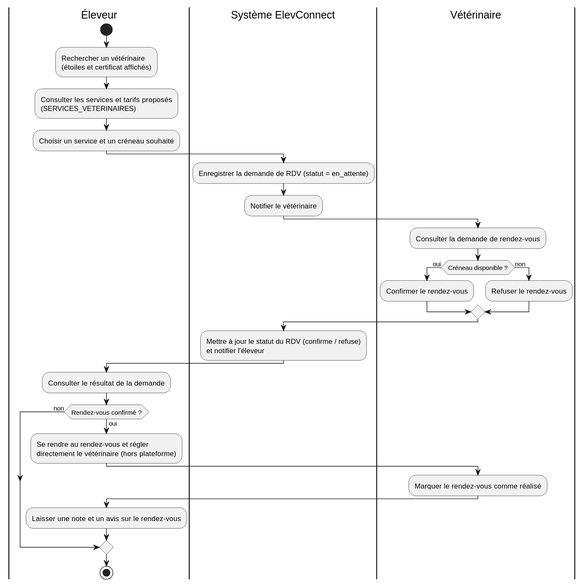
The PlantUML diagram docs/diagrammes.puml/output/act_prendre_rdv.svg in agoglodan-antoine/agoglodan-et-lassissou, before a commit.
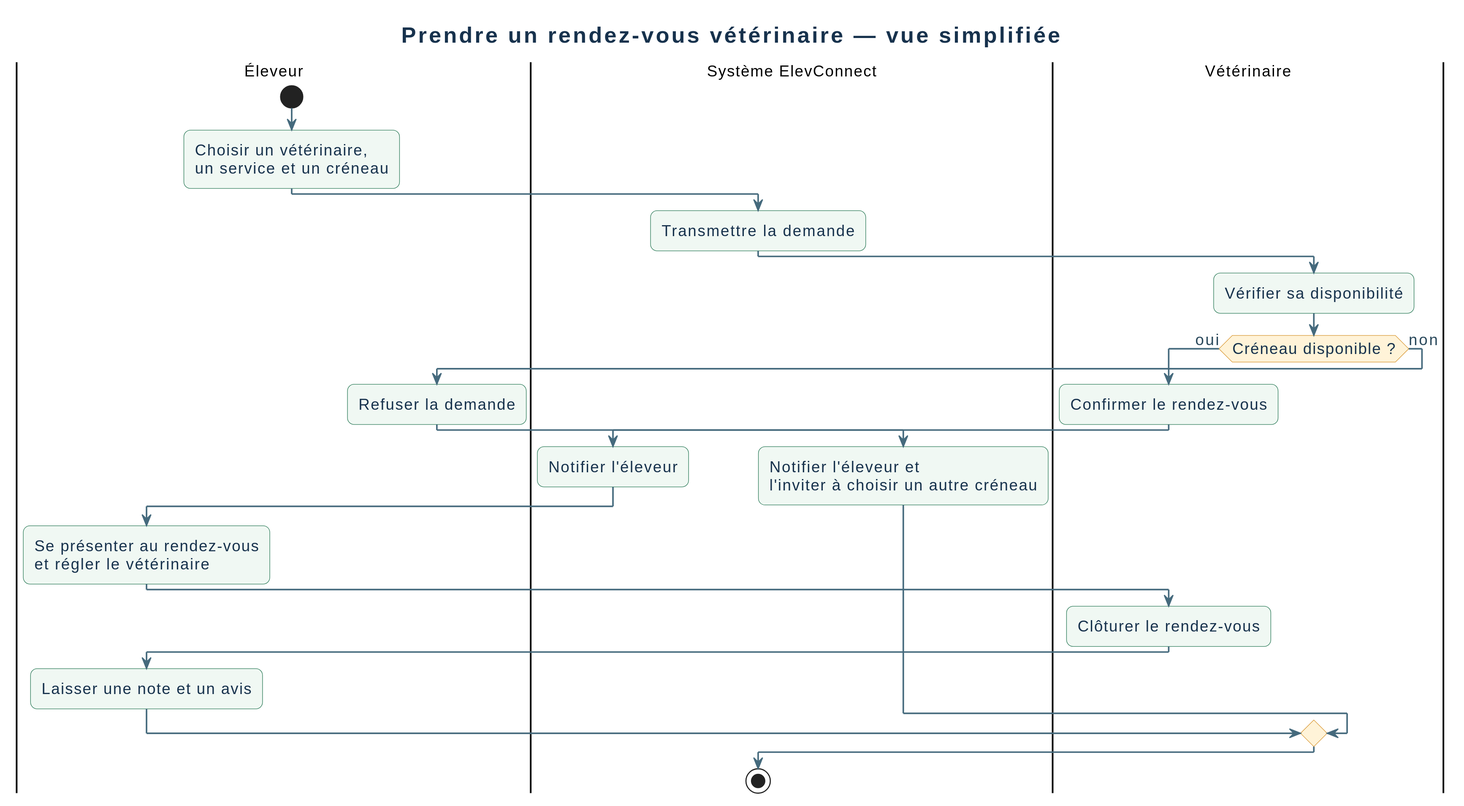
Later version of the same file.

The edit, as a diff of the source:
```diff
@@ -1,34 +1,32 @@
 @startuml
+!include diagram_style.iuml
+
+title Prendre un rendez-vous vétérinaire — vue simplifiée
+
 |Éleveur|
 start
-:Rechercher un vétérinaire
-(étoiles et certificat affichés);
-:Consulter les services et tarifs proposés
-(SERVICES_VETERINAIRES);
-:Choisir un service et un créneau souhaité;
+:Choisir un vétérinaire,
+un service et un créneau;
 |Système ElevConnect|
-:Enregistrer la demande de RDV (statut = en_attente);
-:Notifier le vétérinaire;
+:Transmettre la demande;
 |Vétérinaire|
-:Consulter la demande de rendez-vous;
+:Vérifier sa disponibilité;
 if (Créneau disponible ?) then (oui)
   :Confirmer le rendez-vous;
+  |Système ElevConnect|
+  :Notifier l'éleveur;
+  |Éleveur|
+  :Se présenter au rendez-vous
+et régler le vétérinaire;
+  |Vétérinaire|
+  :Clôturer le rendez-vous;
+  |Éleveur|
+  :Laisser une note et un avis;
 else (non)
-  :Refuser le rendez-vous;
-endif
-|Système ElevConnect|
-:Mettre à jour le statut du RDV (confirme / refuse)
-et notifier l'éleveur;
-|Éleveur|
-:Consulter le résultat de la demande;
-if (Rendez-vous confirmé ?) then (oui)
-  :Se rendre au rendez-vous et régler
-  directement le vétérinaire (hors plateforme);
-  |Vétérinaire|
-  :Marquer le rendez-vous comme réalisé;
-  |Éleveur|
-  :Laisser une note et un avis sur le rendez-vous;
-else (non)
+  :Refuser la demande;
+  |Système ElevConnect|
+  :Notifier l'éleveur et
+l'inviter à choisir un autre créneau;
 endif
 stop
 @enduml
```
